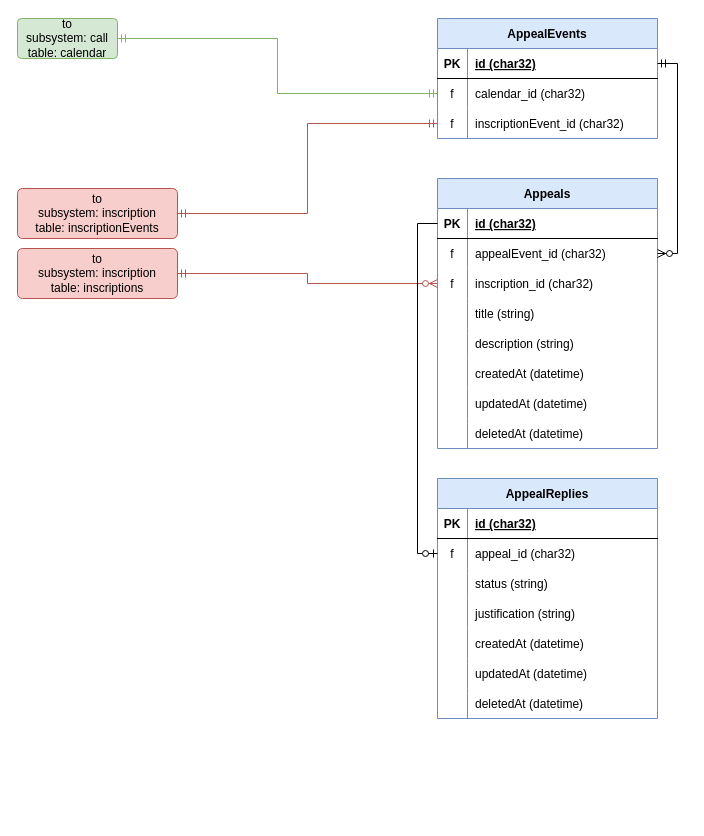
This is 02-appeal-feature/02-data-model-appeal.drawio from SEAD-UFES/SPS-docs, a draw.io file, before an edit. Source tidied: cells renumbered, new cells numbered last; positions are measured from the earlier drawing's top-left corner, leaving out a move shared by most shapes. Both pictures are drawn from the tidied source at 100%, with x=0, y=0 at pixel (17, 18).
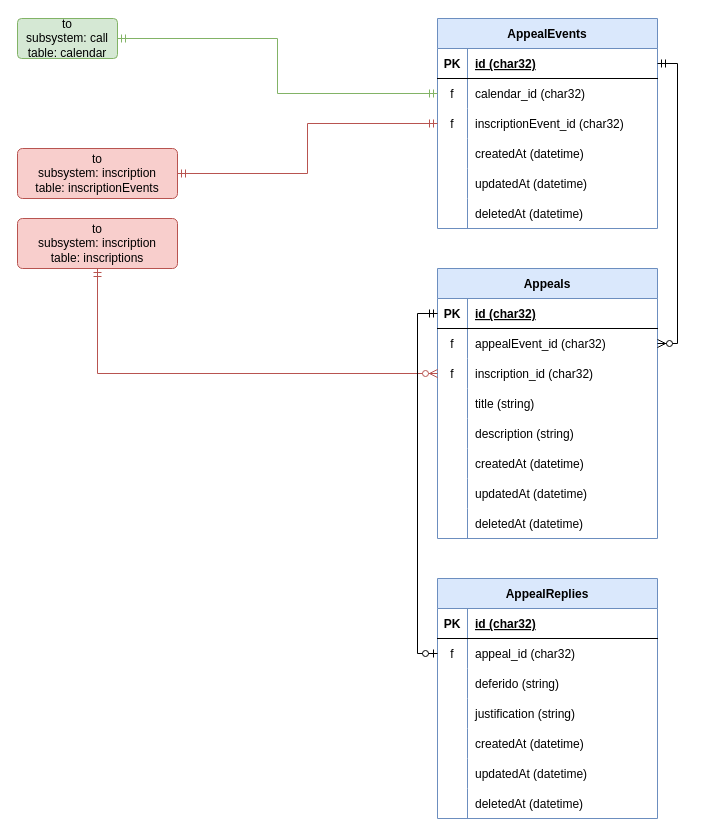
Above is the later version.

Commit message (it also covers changes not shown here):
modifificando data-model de appeal-feature

Unchanged cells that the change refers to:
```xml
<mxCell id="13" style="shape=partialRectangle;fillColor=none;top=0;left=0;bottom=1;right=0;points=[[0,0.5],[1,0.5]];portConstraint=eastwest;" parent="12" vertex="1">
  <mxGeometry y="30" width="220" height="30" as="geometry" />
</mxCell>
<mxCell id="48" style="shape=partialRectangle;fillColor=none;top=0;left=0;bottom=0;right=0;points=[[0,0.5],[1,0.5]];portConstraint=eastwest;" parent="44" vertex="1">
  <mxGeometry y="60" width="220" height="30" as="geometry" />
</mxCell>
<mxCell id="51" style="shape=partialRectangle;fillColor=none;top=0;left=0;bottom=0;right=0;" parent="44" vertex="1">
  <mxGeometry y="90" width="220" height="30" as="geometry" />
</mxCell>
```

What changed in the source:
```diff
@@
     <mxCell id="2" value="AppealEvents" style="shape=table;startSize=30;childLayout=tableLayout;rowLines=0;fontStyle=1;align=center;fillColor=#dae8fc;strokeColor=#6c8ebf;" parent="1" vertex="1">
-      <mxGeometry x="420" width="220" height="120" as="geometry" />
+      <mxGeometry x="420" width="220" height="210" as="geometry" />
     </mxCell>
@@
+    <mxCell id="67" style="shape=partialRectangle;fillColor=none;top=0;left=0;bottom=0;right=0;" parent="2" vertex="1">
+      <mxGeometry y="120" width="220" height="30" as="geometry" />
+    </mxCell>
+    <mxCell id="68" style="shape=partialRectangle;fillColor=none;top=0;left=0;bottom=0;right=0;overflow=hidden;" parent="67" vertex="1">
+      <mxGeometry width="30" height="30" as="geometry" />
+    </mxCell>
+    <mxCell id="69" value="createdAt (datetime)" style="shape=partialRectangle;fillColor=none;top=0;left=0;bottom=0;right=0;align=left;spacingLeft=6;overflow=hidden;" parent="67" vertex="1">
+      <mxGeometry x="30" width="190" height="30" as="geometry" />
+    </mxCell>
+    <mxCell id="70" style="shape=partialRectangle;fillColor=none;top=0;left=0;bottom=0;right=0;" parent="2" vertex="1">
+      <mxGeometry y="150" width="220" height="30" as="geometry" />
+    </mxCell>
+    <mxCell id="71" style="shape=partialRectangle;fillColor=none;top=0;left=0;bottom=0;right=0;overflow=hidden;" parent="70" vertex="1">
+      <mxGeometry width="30" height="30" as="geometry" />
+    </mxCell>
+    <mxCell id="72" value="updatedAt (datetime)" style="shape=partialRectangle;fillColor=none;top=0;left=0;bottom=0;right=0;align=left;spacingLeft=6;overflow=hidden;" parent="70" vertex="1">
+      <mxGeometry x="30" width="190" height="30" as="geometry" />
+    </mxCell>
+    <mxCell id="73" style="shape=partialRectangle;fillColor=none;top=0;left=0;bottom=0;right=0;" parent="2" vertex="1">
+      <mxGeometry y="180" width="220" height="30" as="geometry" />
+    </mxCell>
+    <mxCell id="74" style="shape=partialRectangle;fillColor=none;top=0;left=0;bottom=0;right=0;overflow=hidden;" parent="73" vertex="1">
+      <mxGeometry width="30" height="30" as="geometry" />
+    </mxCell>
+    <mxCell id="75" value="deletedAt (datetime)" style="shape=partialRectangle;fillColor=none;top=0;left=0;bottom=0;right=0;align=left;spacingLeft=6;overflow=hidden;" parent="73" vertex="1">
+      <mxGeometry x="30" width="190" height="30" as="geometry" />
+    </mxCell>
     <mxCell id="12" value="Appeals" style="shape=table;startSize=30;childLayout=tableLayout;rowLines=0;fontStyle=1;align=center;strokeColor=#6c8ebf;fillColor=#dae8fc;" parent="1" vertex="1">
-      <mxGeometry x="420" y="160" width="220" height="270" as="geometry" />
+      <mxGeometry x="420" y="250" width="220" height="270" as="geometry" />
     </mxCell>
@@
     <mxCell id="40" value="to&lt;br&gt;subsystem: inscription&lt;br&gt;table: inscriptionEvents" style="rounded=1;arcSize=10;whiteSpace=wrap;html=1;align=center;fillColor=#f8cecc;strokeColor=#b85450;" parent="1" vertex="1">
-      <mxGeometry y="170" width="160" height="50" as="geometry" />
+      <mxGeometry y="130" width="160" height="50" as="geometry" />
     </mxCell>
@@
     <mxCell id="42" value="to&lt;br&gt;subsystem: inscription&lt;br&gt;table: inscriptions" style="rounded=1;arcSize=10;whiteSpace=wrap;html=1;align=center;fillColor=#f8cecc;strokeColor=#b85450;" parent="1" vertex="1">
-      <mxGeometry y="230" width="160" height="50" as="geometry" />
+      <mxGeometry y="200" width="160" height="50" as="geometry" />
     </mxCell>
@@
     <mxCell id="44" value="AppealReplies" style="shape=table;startSize=30;childLayout=tableLayout;rowLines=0;fontStyle=1;align=center;strokeColor=#6c8ebf;fillColor=#dae8fc;" parent="1" vertex="1">
-      <mxGeometry x="420" y="460" width="220" height="240" as="geometry" />
+      <mxGeometry x="420" y="560" width="220" height="240" as="geometry" />
     </mxCell>
@@
-    <mxCell id="53" value="status (string)" style="shape=partialRectangle;fillColor=none;top=0;left=0;bottom=0;right=0;align=left;spacingLeft=6;overflow=hidden;" parent="51" vertex="1">
+    <mxCell id="53" value="deferido (string)" style="shape=partialRectangle;fillColor=none;top=0;left=0;bottom=0;right=0;align=left;spacingLeft=6;overflow=hidden;" parent="51" vertex="1">
       <mxGeometry x="30" width="190" height="30" as="geometry" />
     </mxCell>
@@
-    <mxCell id="66" style="edgeStyle=orthogonalEdgeStyle;rounded=0;jettySize=auto;html=1;entryX=0;entryY=0.5;entryDx=0;entryDy=0;startArrow=ERzeroToOne;startFill=1;endArrow=none;endFill=0;" parent="1" edge="1" source="48" target="13">
+    <mxCell id="66" style="edgeStyle=orthogonalEdgeStyle;rounded=0;jettySize=auto;html=1;entryX=0;entryY=0.5;entryDx=0;entryDy=0;startArrow=ERzeroToOne;startFill=1;endArrow=ERmandOne;endFill=0;" parent="1" edge="1" source="48" target="13">
       <mxGeometry relative="1" as="geometry" />
     </mxCell>
```
